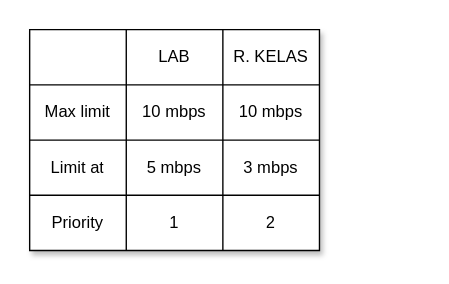
Earlier version of the draw.io diagram rincian-ojm.drawio (Mirekan/dump-drawio). Source tidied: cells renumbered, new cells numbered last; positions are measured from the earlier drawing's top-left corner, leaving out a move shared by most shapes. Both pictures are drawn from the tidied source at 138%, with x=0, y=0 at pixel (29, 29).
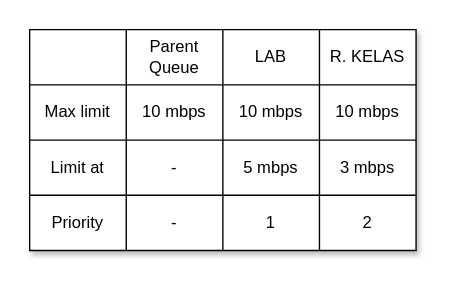
After the change.

What changed in the source:
```diff
@@
     <mxCell id="2" style="shape=table;startSize=0;childLayout=tableLayout;shadow=1;" parent="1" vertex="1">
-      <mxGeometry width="210" height="160" as="geometry" />
+      <mxGeometry width="280" height="160" as="geometry" />
     </mxCell>
     <mxCell id="3" style="shape=tableRow;horizontal=0;startSize=0;swimlaneHead=0;swimlaneBody=0;strokeColor=inherit;top=0;left=0;bottom=0;right=0;fillColor=none;" parent="2" vertex="1">
-      <mxGeometry width="210" height="40" as="geometry" />
+      <mxGeometry width="280" height="40" as="geometry" />
     </mxCell>
@@
-    <mxCell id="5" value="LAB" style="shape=partialRectangle;html=1;whiteSpace=wrap;strokeColor=inherit;overflow=hidden;fillColor=none;top=0;left=0;bottom=0;right=0;" parent="3" vertex="1">
+    <mxCell id="5" value="Parent Queue" style="shape=partialRectangle;html=1;whiteSpace=wrap;strokeColor=inherit;overflow=hidden;fillColor=none;top=0;left=0;bottom=0;right=0;" parent="3" vertex="1">
       <mxGeometry x="70" width="70" height="40" as="geometry" />
     </mxCell>
-    <mxCell id="6" value="R. KELAS" style="shape=partialRectangle;html=1;whiteSpace=wrap;strokeColor=inherit;overflow=hidden;fillColor=none;top=0;left=0;bottom=0;right=0;" parent="3" vertex="1">
+    <mxCell id="6" value="LAB" style="shape=partialRectangle;html=1;whiteSpace=wrap;strokeColor=inherit;overflow=hidden;fillColor=none;top=0;left=0;bottom=0;right=0;" parent="3" vertex="1">
       <mxGeometry x="140" width="70" height="40" as="geometry" />
     </mxCell>
+    <mxCell id="19" value="R. KELAS" style="shape=partialRectangle;html=1;whiteSpace=wrap;strokeColor=inherit;overflow=hidden;fillColor=none;top=0;left=0;bottom=0;right=0;" parent="3" vertex="1">
+      <mxGeometry x="210" width="70" height="40" as="geometry" />
+    </mxCell>
     <mxCell id="7" style="shape=tableRow;horizontal=0;startSize=0;swimlaneHead=0;swimlaneBody=0;strokeColor=inherit;top=0;left=0;bottom=0;right=0;fillColor=none;" parent="2" vertex="1">
-      <mxGeometry y="40" width="210" height="40" as="geometry" />
+      <mxGeometry y="40" width="280" height="40" as="geometry" />
     </mxCell>
@@
+    <mxCell id="20" value="10 mbps" style="shape=partialRectangle;html=1;whiteSpace=wrap;strokeColor=inherit;overflow=hidden;fillColor=none;top=0;left=0;bottom=0;right=0;" parent="7" vertex="1">
+      <mxGeometry x="210" width="70" height="40" as="geometry" />
+    </mxCell>
     <mxCell id="11" style="shape=tableRow;horizontal=0;startSize=0;swimlaneHead=0;swimlaneBody=0;strokeColor=inherit;top=0;left=0;bottom=0;right=0;fillColor=none;" parent="2" vertex="1">
-      <mxGeometry y="80" width="210" height="40" as="geometry" />
+      <mxGeometry y="80" width="280" height="40" as="geometry" />
     </mxCell>
@@
-    <mxCell id="13" value="5 mbps" style="shape=partialRectangle;html=1;whiteSpace=wrap;strokeColor=inherit;overflow=hidden;fillColor=none;top=0;left=0;bottom=0;right=0;" parent="11" vertex="1">
+    <mxCell id="13" value="-" style="shape=partialRectangle;html=1;whiteSpace=wrap;strokeColor=inherit;overflow=hidden;fillColor=none;top=0;left=0;bottom=0;right=0;" parent="11" vertex="1">
       <mxGeometry x="70" width="70" height="40" as="geometry" />
     </mxCell>
-    <mxCell id="14" value="3 mbps" style="shape=partialRectangle;html=1;whiteSpace=wrap;strokeColor=inherit;overflow=hidden;fillColor=none;top=0;left=0;bottom=0;right=0;" parent="11" vertex="1">
+    <mxCell id="14" value="5 mbps" style="shape=partialRectangle;html=1;whiteSpace=wrap;strokeColor=inherit;overflow=hidden;fillColor=none;top=0;left=0;bottom=0;right=0;" parent="11" vertex="1">
       <mxGeometry x="140" width="70" height="40" as="geometry" />
     </mxCell>
+    <mxCell id="21" value="3 mbps" style="shape=partialRectangle;html=1;whiteSpace=wrap;strokeColor=inherit;overflow=hidden;fillColor=none;top=0;left=0;bottom=0;right=0;" parent="11" vertex="1">
+      <mxGeometry x="210" width="70" height="40" as="geometry" />
+    </mxCell>
     <mxCell id="15" style="shape=tableRow;horizontal=0;startSize=0;swimlaneHead=0;swimlaneBody=0;strokeColor=inherit;top=0;left=0;bottom=0;right=0;fillColor=none;" parent="2" vertex="1">
-      <mxGeometry y="120" width="210" height="40" as="geometry" />
+      <mxGeometry y="120" width="280" height="40" as="geometry" />
     </mxCell>
@@
-    <mxCell id="17" value="1" style="shape=partialRectangle;html=1;whiteSpace=wrap;strokeColor=inherit;overflow=hidden;fillColor=none;top=0;left=0;bottom=0;right=0;" parent="15" vertex="1">
+    <mxCell id="17" value="-" style="shape=partialRectangle;html=1;whiteSpace=wrap;strokeColor=inherit;overflow=hidden;fillColor=none;top=0;left=0;bottom=0;right=0;" parent="15" vertex="1">
       <mxGeometry x="70" width="70" height="40" as="geometry" />
     </mxCell>
-    <mxCell id="18" value="2" style="shape=partialRectangle;html=1;whiteSpace=wrap;strokeColor=inherit;overflow=hidden;fillColor=none;top=0;left=0;bottom=0;right=0;" parent="15" vertex="1">
+    <mxCell id="18" value="1" style="shape=partialRectangle;html=1;whiteSpace=wrap;strokeColor=inherit;overflow=hidden;fillColor=none;top=0;left=0;bottom=0;right=0;" parent="15" vertex="1">
       <mxGeometry x="140" width="70" height="40" as="geometry" />
     </mxCell>
+    <mxCell id="22" value="2" style="shape=partialRectangle;html=1;whiteSpace=wrap;strokeColor=inherit;overflow=hidden;fillColor=none;top=0;left=0;bottom=0;right=0;" parent="15" vertex="1">
+      <mxGeometry x="210" width="70" height="40" as="geometry" />
+    </mxCell>
```
